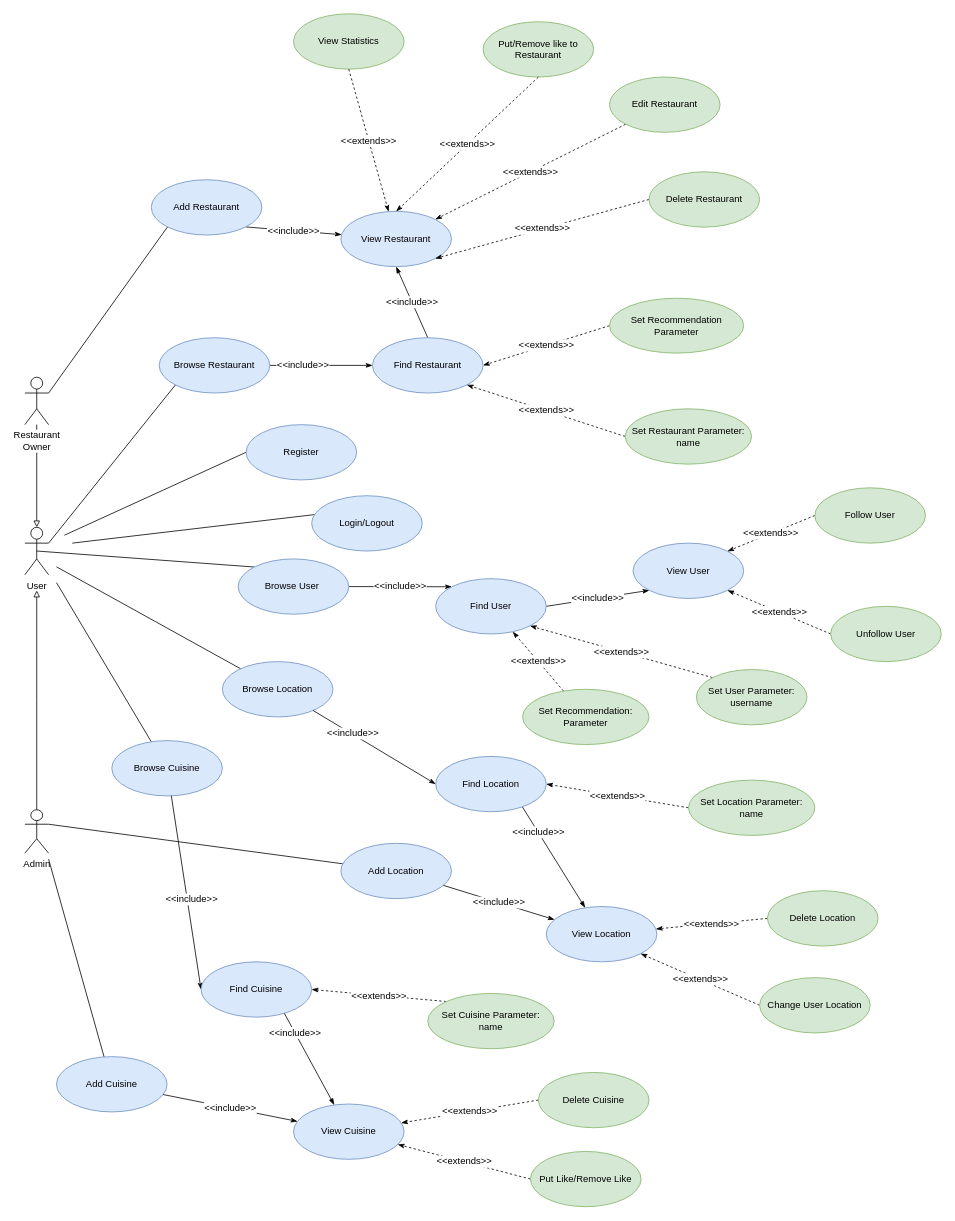
spampas/restaurant_recommendation_graphdb keeps this draw.io diagram as page "Page-2" (2 of 3) of draw.io/data_model.drawio. Above is the earlier version. Source tidied: cells renumbered, new cells numbered last; positions are measured from the earlier drawing's top-left corner, leaving out a move shared by most shapes. Both pictures are drawn from the tidied source at 79%, with x=0, y=0 at pixel (24, 13).
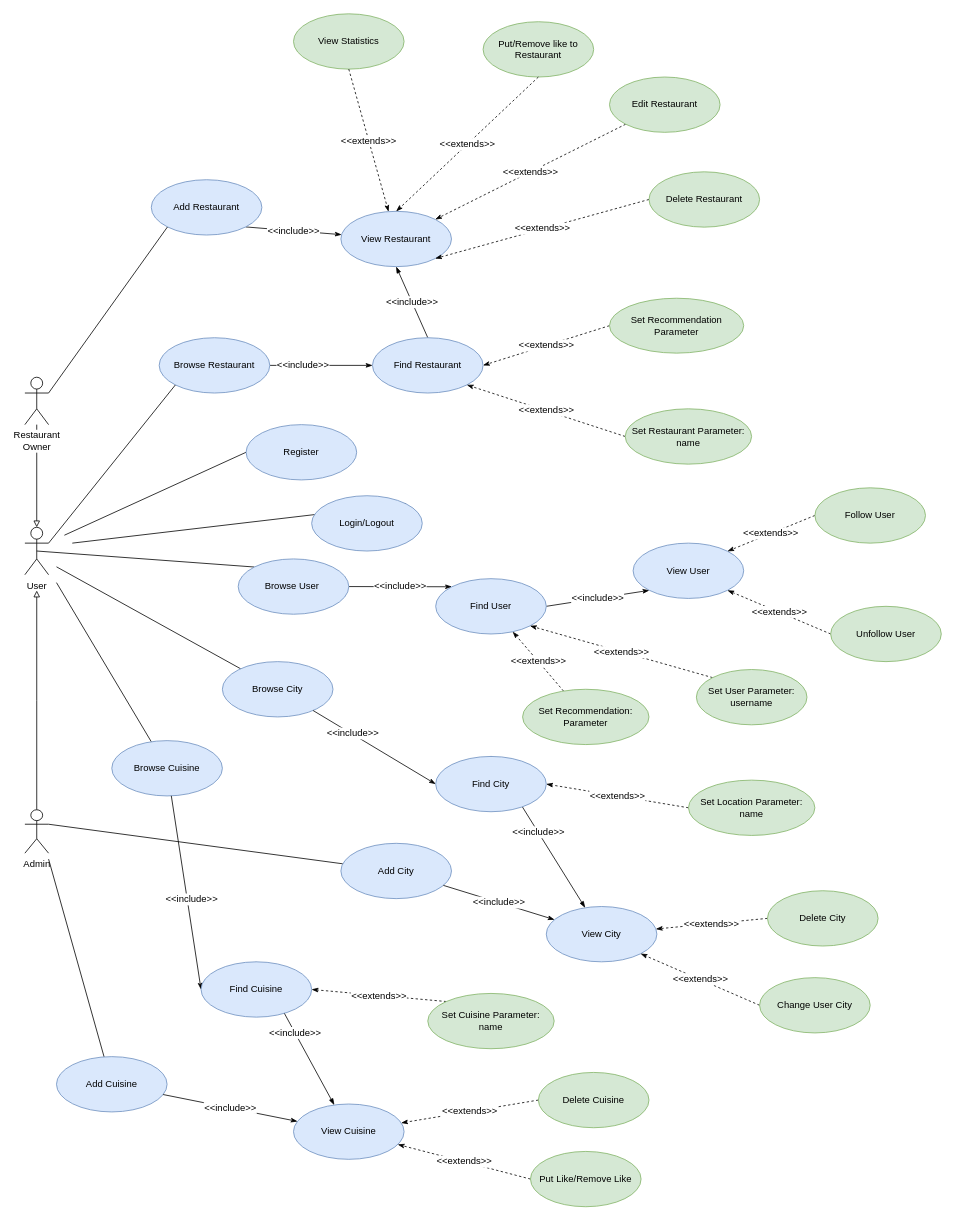
The same page after the edit.

Change to the diagram source:
```diff
@@
-    <mxCell id="46" value="Add Location" style="ellipse;whiteSpace=wrap;html=1;fontSize=12;fillColor=#dae8fc;strokeColor=#6c8ebf;" parent="1" vertex="1">
+    <mxCell id="46" value="Add City" style="ellipse;whiteSpace=wrap;html=1;fontSize=12;fillColor=#dae8fc;strokeColor=#6c8ebf;" parent="1" vertex="1">
       <mxGeometry x="400" y="1050" width="140" height="70" as="geometry" />
     </mxCell>
@@
-    <mxCell id="52" value="View Location" style="ellipse;whiteSpace=wrap;html=1;fontSize=12;fillColor=#dae8fc;strokeColor=#6c8ebf;" parent="1" vertex="1">
+    <mxCell id="52" value="View City" style="ellipse;whiteSpace=wrap;html=1;fontSize=12;fillColor=#dae8fc;strokeColor=#6c8ebf;" parent="1" vertex="1">
       <mxGeometry x="660" y="1130" width="140" height="70" as="geometry" />
     </mxCell>
@@
-    <mxCell id="56" value="Delete Location" style="ellipse;whiteSpace=wrap;html=1;fontSize=12;fillColor=#d5e8d4;strokeColor=#82b366;" parent="1" vertex="1">
+    <mxCell id="56" value="Delete City" style="ellipse;whiteSpace=wrap;html=1;fontSize=12;fillColor=#d5e8d4;strokeColor=#82b366;" parent="1" vertex="1">
       <mxGeometry x="940" y="1110" width="140" height="70" as="geometry" />
     </mxCell>
@@
-    <mxCell id="58" value="Browse Location" style="ellipse;whiteSpace=wrap;html=1;fontSize=12;fillColor=#dae8fc;strokeColor=#6c8ebf;" parent="1" vertex="1">
+    <mxCell id="58" value="Browse City" style="ellipse;whiteSpace=wrap;html=1;fontSize=12;fillColor=#dae8fc;strokeColor=#6c8ebf;" parent="1" vertex="1">
       <mxGeometry x="250" y="820" width="140" height="70" as="geometry" />
     </mxCell>
@@
-    <mxCell id="64" value="Find Location" style="ellipse;whiteSpace=wrap;html=1;fontSize=12;fillColor=#dae8fc;strokeColor=#6c8ebf;" parent="1" vertex="1">
+    <mxCell id="64" value="Find City" style="ellipse;whiteSpace=wrap;html=1;fontSize=12;fillColor=#dae8fc;strokeColor=#6c8ebf;" parent="1" vertex="1">
       <mxGeometry x="520" y="940" width="140" height="70" as="geometry" />
     </mxCell>
@@
-    <mxCell id="76" value="Change User Location" style="ellipse;whiteSpace=wrap;html=1;fontSize=12;fillColor=#d5e8d4;strokeColor=#82b366;" parent="1" vertex="1">
+    <mxCell id="76" value="Change User City" style="ellipse;whiteSpace=wrap;html=1;fontSize=12;fillColor=#d5e8d4;strokeColor=#82b366;" parent="1" vertex="1">
       <mxGeometry x="930" y="1220" width="140" height="70" as="geometry" />
     </mxCell>
```
